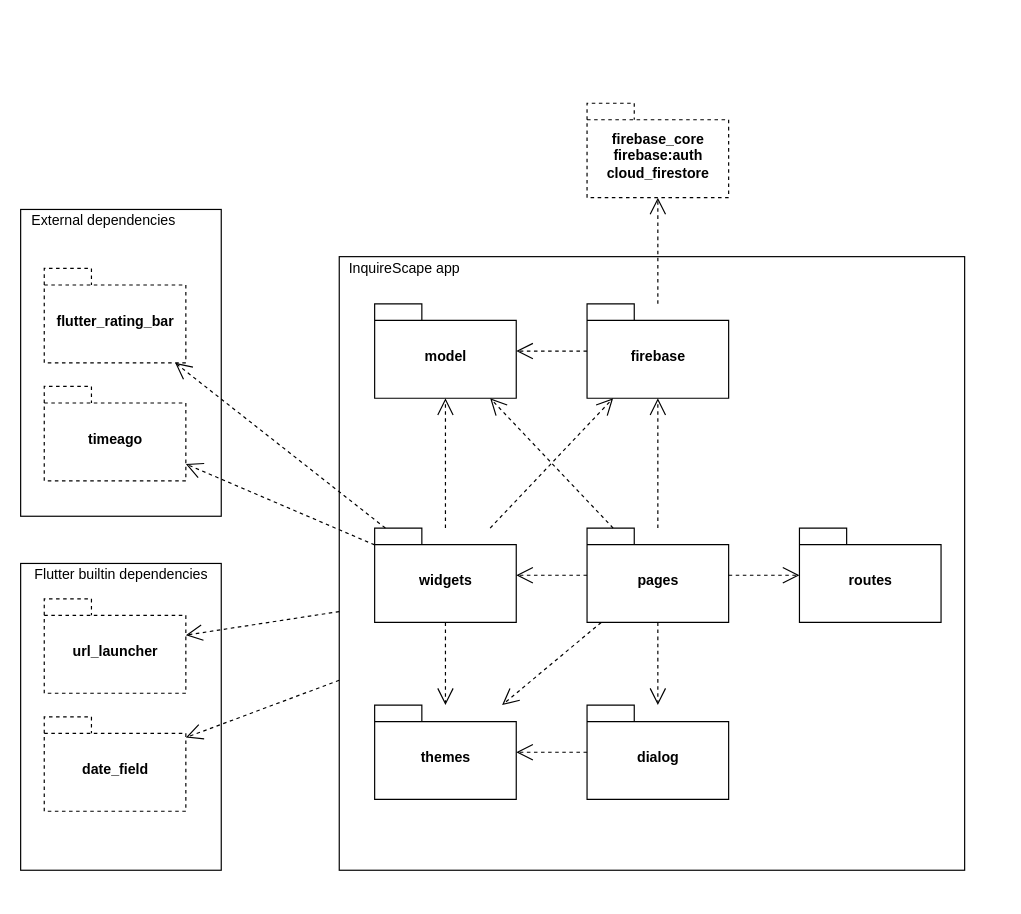
This is docs/logical_architecture.drawio from FEUP-ESOF-2020-21/open-cx-t1g4-gof, a draw.io file, before an edit. Source tidied: cells renumbered, new cells numbered last; positions are measured from the earlier drawing's top-left corner, leaving out a move shared by most shapes. Both pictures are drawn from the tidied source at 118%, with x=0, y=0 at pixel (20, 103).
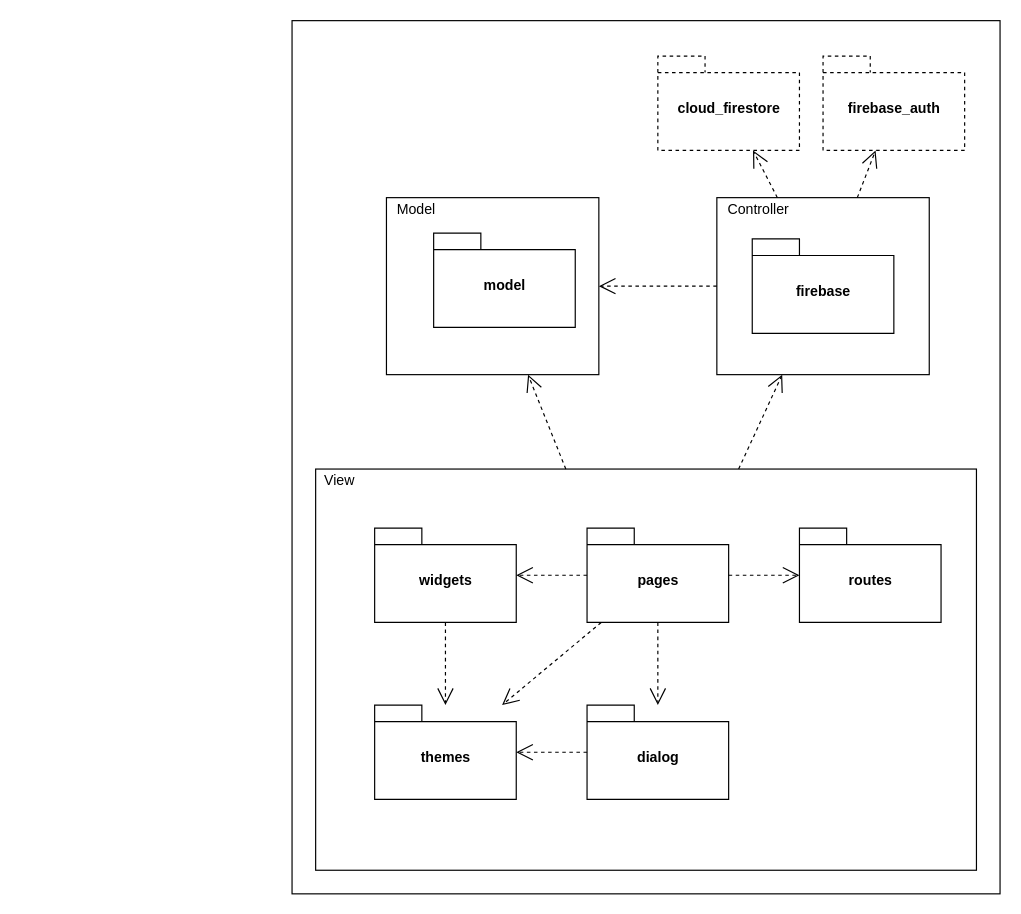
Above is the later version.

Commit message (it also covers changes not shown here):
Added logical architecture Changed images to tags

Unchanged cells that the change refers to:
```xml
<mxCell id="8" value="pages" style="shape=folder;fontStyle=1;spacingTop=10;tabWidth=40;tabHeight=14;tabPosition=left;html=1;" parent="1" vertex="1">
  <mxGeometry x="480" y="360" width="120" height="80" as="geometry" />
</mxCell>
<mxCell id="9" value="widgets" style="shape=folder;fontStyle=1;spacingTop=10;tabWidth=40;tabHeight=14;tabPosition=left;html=1;" parent="1" vertex="1">
  <mxGeometry x="300" y="360" width="120" height="80" as="geometry" />
</mxCell>
```

Diff of the diagram source:
```diff
@@
-    <mxCell id="2" style="rounded=0;whiteSpace=wrap;html=1;strokeWidth=1;" parent="1" vertex="1">
-      <mxGeometry y="390" width="170" height="260" as="geometry" />
-    </mxCell>
+    <mxCell id="36" style="rounded=0;whiteSpace=wrap;html=1;strokeColor=#000000;strokeWidth=1;" parent="1" vertex="1">
+      <mxGeometry x="230" y="-70" width="600" height="740" as="geometry" />
+    </mxCell>
+    <mxCell id="37" style="group;" parent="1" vertex="1">
+      <mxGeometry x="310" y="80" width="180" height="150" as="geometry" />
+    </mxCell>
+    <mxCell id="38" style="rounded=0;whiteSpace=wrap;html=1;strokeColor=#000000;strokeWidth=1;" parent="37" vertex="1">
+      <mxGeometry width="180" height="150" as="geometry" />
+    </mxCell>
+    <mxCell id="39" value="Model" style="text;html=1;align=center;verticalAlign=middle;" parent="37" vertex="1">
+      <mxGeometry width="50" height="20" as="geometry" />
+    </mxCell>
+    <mxCell id="40" style="group;" parent="1" vertex="1">
+      <mxGeometry x="250" y="310" width="560" height="340" as="geometry" />
+    </mxCell>
-    <mxCell id="3" style="rounded=0;whiteSpace=wrap;html=1;strokeColor=#000000;strokeWidth=1;" parent="1" vertex="1">
-      <mxGeometry x="270" y="130" width="530" height="520" as="geometry" />
+    <mxCell id="3" style="rounded=0;whiteSpace=wrap;html=1;strokeColor=#000000;strokeWidth=1;" parent="40" vertex="1">
+      <mxGeometry width="560" height="340" as="geometry" />
     </mxCell>
-    <mxCell id="4" style="rounded=0;whiteSpace=wrap;html=1;strokeWidth=1;" parent="1" vertex="1">
-      <mxGeometry y="90" width="170" height="260" as="geometry" />
-    </mxCell>
+    <mxCell id="31" value="View" style="text;html=1;align=center;verticalAlign=middle;" parent="40" vertex="1">
+      <mxGeometry width="40" height="20" as="geometry" />
+    </mxCell>
+    <mxCell id="41" style="group;" parent="1" vertex="1">
+      <mxGeometry x="590" y="80" width="180" height="150" as="geometry" />
+    </mxCell>
+    <mxCell id="42" style="rounded=0;whiteSpace=wrap;html=1;strokeColor=#000000;strokeWidth=1;" parent="41" vertex="1">
+      <mxGeometry width="180" height="150" as="geometry" />
+    </mxCell>
+    <mxCell id="43" value="Controller" style="text;html=1;align=center;verticalAlign=middle;" parent="41" vertex="1">
+      <mxGeometry width="70" height="20" as="geometry" />
+    </mxCell>
+    <mxCell id="6" value="firebase" style="shape=folder;fontStyle=1;spacingTop=10;tabWidth=40;tabHeight=14;tabPosition=left;html=1;" parent="41" vertex="1">
+      <mxGeometry x="30" y="35" width="120" height="80" as="geometry" />
+    </mxCell>
@@
-    <mxCell id="6" value="firebase" style="shape=folder;fontStyle=1;spacingTop=10;tabWidth=40;tabHeight=14;tabPosition=left;html=1;" parent="1" vertex="1">
-      <mxGeometry x="480" y="170" width="120" height="80" as="geometry" />
-    </mxCell>
     <mxCell id="7" value="model" style="shape=folder;fontStyle=1;spacingTop=10;tabWidth=40;tabHeight=14;tabPosition=left;html=1;" parent="1" vertex="1">
-      <mxGeometry x="300" y="170" width="120" height="80" as="geometry" />
+      <mxGeometry x="350" y="110" width="120" height="80" as="geometry" />
     </mxCell>
@@
-    <mxCell id="12" value="firebase_core&lt;br&gt;firebase:auth&lt;br&gt;cloud_firestore" style="shape=folder;fontStyle=1;spacingTop=10;tabWidth=40;tabHeight=14;tabPosition=left;html=1;dashed=1;strokeWidth=1;perimeterSpacing=0;" parent="1" vertex="1">
-      <mxGeometry x="480" width="120" height="80" as="geometry" />
+    <mxCell id="12" value="cloud_firestore" style="shape=folder;fontStyle=1;spacingTop=10;tabWidth=40;tabHeight=14;tabPosition=left;html=1;dashed=1;strokeWidth=1;perimeterSpacing=0;" parent="1" vertex="1">
+      <mxGeometry x="540" y="-40" width="120" height="80" as="geometry" />
     </mxCell>
-    <mxCell id="13" style="endArrow=open;endSize=12;dashed=1;html=1;" parent="1" edge="1" source="6" target="12">
+    <mxCell id="13" style="endArrow=open;endSize=12;dashed=1;html=1;" parent="1" edge="1" source="42" target="12">
       <mxGeometry relative="1" as="geometry" />
     </mxCell>
@@
-    <mxCell id="16" style="endArrow=open;endSize=12;dashed=1;html=1;" parent="1" edge="1" source="9" target="6">
-      <mxGeometry relative="1" as="geometry" />
-    </mxCell>
-    <mxCell id="17" style="endArrow=open;endSize=12;dashed=1;html=1;" parent="1" edge="1" source="8" target="6">
-      <mxGeometry relative="1" as="geometry" />
-    </mxCell>
@@
-    <mxCell id="20" style="endArrow=open;endSize=12;dashed=1;html=1;" parent="1" edge="1" source="6" target="7">
+    <mxCell id="20" style="endArrow=open;endSize=12;dashed=1;html=1;" parent="1" edge="1" source="42" target="38">
       <mxGeometry relative="1" as="geometry" />
     </mxCell>
-    <mxCell id="21" style="endArrow=open;endSize=12;dashed=1;html=1;" parent="1" edge="1" source="9" target="7">
-      <mxGeometry relative="1" as="geometry" />
-    </mxCell>
-    <mxCell id="22" style="endArrow=open;endSize=12;dashed=1;html=1;" parent="1" edge="1" source="8" target="7">
-      <mxGeometry relative="1" as="geometry" />
-    </mxCell>
@@
-    <mxCell id="25" value="flutter_rating_bar" style="shape=folder;fontStyle=1;spacingTop=10;tabWidth=40;tabHeight=14;tabPosition=left;html=1;dashed=1;strokeWidth=1;perimeterSpacing=0;" parent="1" vertex="1">
-      <mxGeometry x="20" y="140" width="120" height="80" as="geometry" />
-    </mxCell>
-    <mxCell id="26" value="url_launcher" style="shape=folder;fontStyle=1;spacingTop=10;tabWidth=40;tabHeight=14;tabPosition=left;html=1;dashed=1;strokeWidth=1;perimeterSpacing=0;" parent="1" vertex="1">
-      <mxGeometry x="20" y="420" width="120" height="80" as="geometry" />
-    </mxCell>
-    <mxCell id="27" value="timeago" style="shape=folder;fontStyle=1;spacingTop=10;tabWidth=40;tabHeight=14;tabPosition=left;html=1;dashed=1;strokeWidth=1;perimeterSpacing=0;" parent="1" vertex="1">
-      <mxGeometry x="20" y="240" width="120" height="80" as="geometry" />
-    </mxCell>
-    <mxCell id="28" value="date_field" style="shape=folder;fontStyle=1;spacingTop=10;tabWidth=40;tabHeight=14;tabPosition=left;html=1;dashed=1;strokeWidth=1;perimeterSpacing=0;" parent="1" vertex="1">
-      <mxGeometry x="20" y="520" width="120" height="80" as="geometry" />
-    </mxCell>
-    <mxCell id="29" value="External dependencies" style="text;html=1;align=center;verticalAlign=middle;" parent="1" vertex="1">
-      <mxGeometry y="90" width="140" height="20" as="geometry" />
-    </mxCell>
-    <mxCell id="30" value="Flutter builtin dependencies" style="text;html=1;align=center;verticalAlign=middle;" parent="1" vertex="1">
-      <mxGeometry x="5" y="390" width="160" height="20" as="geometry" />
-    </mxCell>
-    <mxCell id="31" value="InquireScape app" style="text;html=1;align=center;verticalAlign=middle;" parent="1" vertex="1">
-      <mxGeometry x="270" y="130" width="110" height="20" as="geometry" />
-    </mxCell>
-    <mxCell id="32" style="endArrow=open;endSize=12;dashed=1;html=1;" parent="1" edge="1" source="9" target="25">
-      <mxGeometry relative="1" as="geometry" />
-    </mxCell>
-    <mxCell id="33" style="endArrow=open;endSize=12;dashed=1;html=1;" parent="1" edge="1" source="9" target="27">
-      <mxGeometry relative="1" as="geometry" />
-    </mxCell>
-    <mxCell id="34" style="endArrow=open;endSize=12;dashed=1;html=1;" parent="1" edge="1" source="3" target="26">
-      <mxGeometry relative="1" as="geometry" />
-    </mxCell>
-    <mxCell id="35" style="endArrow=open;endSize=12;dashed=1;html=1;" parent="1" edge="1" source="3" target="28">
-      <mxGeometry relative="1" as="geometry" />
-    </mxCell>
+    <mxCell id="44" style="endArrow=open;endSize=12;dashed=1;html=1;" parent="1" edge="1" source="3" target="42">
+      <mxGeometry relative="1" as="geometry" />
+    </mxCell>
+    <mxCell id="45" style="endArrow=open;endSize=12;dashed=1;html=1;" parent="1" edge="1" source="3" target="38">
+      <mxGeometry relative="1" as="geometry" />
+    </mxCell>
+    <mxCell id="46" value="firebase_auth" style="shape=folder;fontStyle=1;spacingTop=10;tabWidth=40;tabHeight=14;tabPosition=left;html=1;dashed=1;strokeWidth=1;perimeterSpacing=0;" parent="1" vertex="1">
+      <mxGeometry x="680" y="-40" width="120" height="80" as="geometry" />
+    </mxCell>
+    <mxCell id="47" style="endArrow=open;endSize=12;dashed=1;html=1;" parent="1" edge="1" source="42" target="46">
+      <mxGeometry relative="1" as="geometry" />
+    </mxCell>
```
